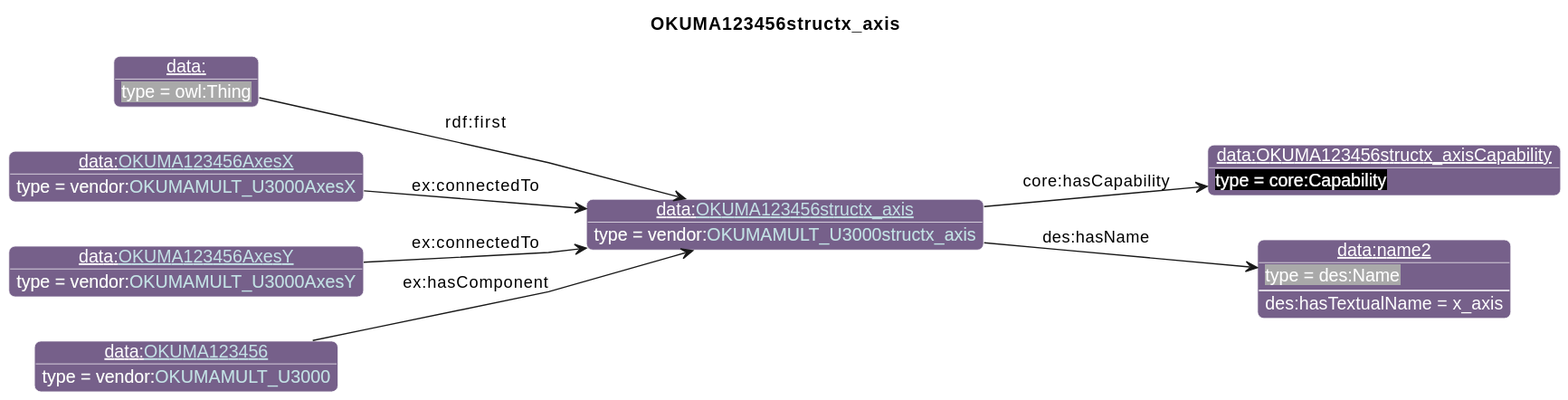
This is diagrams/OKUMA123456structx_axis.svg from iofoundry/example-syseng-mtconnect, a PlantUML export, as it was before one commit.
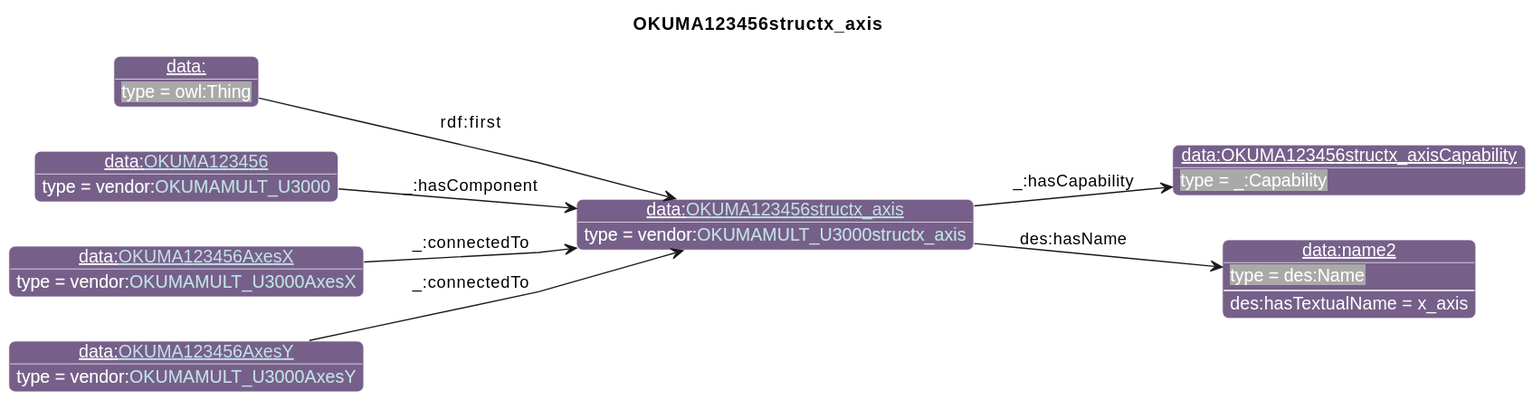
The same diagram one commit later.

Diff of the diagram source:
```diff
@@ -26,17 +26,17 @@
                       "qp":"641B2E"
       }
 individual(o0, data:[[./OKUMA123456structx_axis.html OKUMA123456structx_axis]], vendor:[[../OKUMA.html#OKUMAMULT_U3000structx_axis OKUMAMULT_U3000structx_axis]])
-individual(o1, data:OKUMA123456structx_axisCapability, core:Capability)
+individual(o1, data:OKUMA123456structx_axisCapability, _:Capability)
 individual(o2, data:name2, des:Name)
 individual(o3, data:, owl:Thing)
-individual(o4, data:[[./OKUMA123456AxesX.html OKUMA123456AxesX]], vendor:[[../OKUMA.html#OKUMAMULT_U3000AxesX OKUMAMULT_U3000AxesX]])
-individual(o5, data:[[./OKUMA123456AxesY.html OKUMA123456AxesY]], vendor:[[../OKUMA.html#OKUMAMULT_U3000AxesY OKUMAMULT_U3000AxesY]])
-individual(o6, data:[[./OKUMA123456.html OKUMA123456]], vendor:[[../OKUMA.html#OKUMAMULT_U3000 OKUMAMULT_U3000]])
-property(o0, "core:hasCapability", o1)
+individual(o4, data:[[./OKUMA123456.html OKUMA123456]], vendor:[[../OKUMA.html#OKUMAMULT_U3000 OKUMAMULT_U3000]])
+individual(o5, data:[[./OKUMA123456AxesX.html OKUMA123456AxesX]], vendor:[[../OKUMA.html#OKUMAMULT_U3000AxesX OKUMAMULT_U3000AxesX]])
+individual(o6, data:[[./OKUMA123456AxesY.html OKUMA123456AxesY]], vendor:[[../OKUMA.html#OKUMAMULT_U3000AxesY OKUMAMULT_U3000AxesY]])
+property(o0, "_:hasCapability", o1)
 property(o0, "des:hasName", o2)
 data(o2, "des:hasTextualName", "x_axis")
 property(o3, "rdf:first", o0)
-property(o4, "ex:connectedTo", o0)
-property(o5, "ex:connectedTo", o0)
-property(o6, "ex:hasComponent", o0)
+property(o4, "_:hasComponent", o0)
+property(o5, "_:connectedTo", o0)
+property(o6, "_:connectedTo", o0)
 @enduml
```
